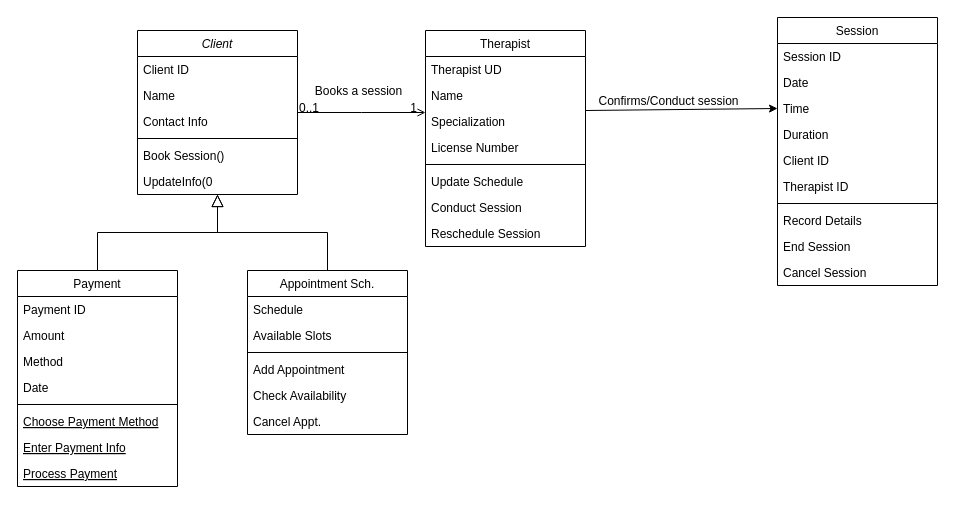
Earlier version of the draw.io diagram Untitled Diagram.drawio (PaulThomasCodes/CSC102--Introduction-to-Programming). Source tidied: cells renumbered, new cells numbered last; positions are measured from the earlier drawing's top-left corner, leaving out a move shared by most shapes. Both pictures are drawn from the tidied source at 100%, with x=0, y=0 at pixel (17, 17).
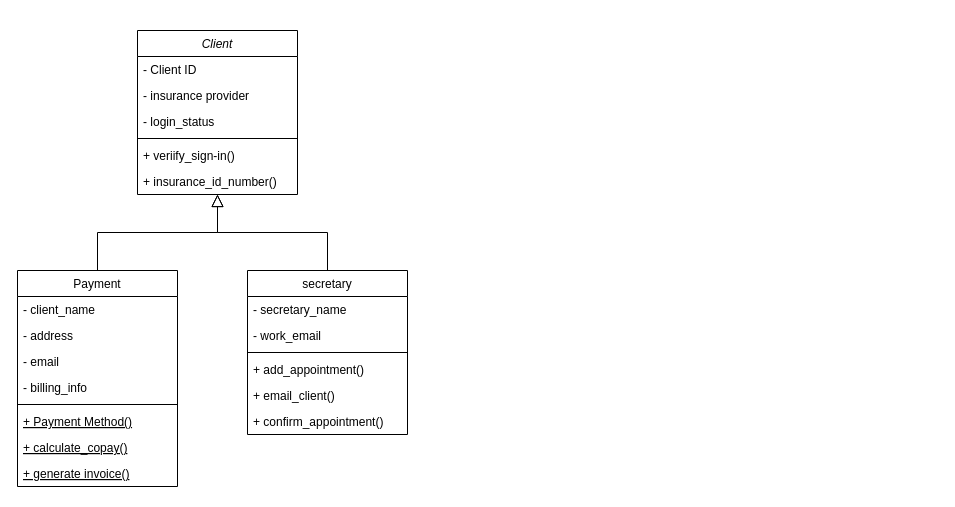
The same page after the edit.

The change refers to these unchanged cells:
```xml
<mxCell id="2" value="Client" style="swimlane;fontStyle=2;align=center;verticalAlign=top;horizontal=1;startSize=26;rounded=0;shadow=0;strokeWidth=1;" parent="1" vertex="1">
  <mxGeometry x="120" y="13" width="160" height="164" as="geometry" />
</mxCell>
<mxCell id="9" value="Payment" style="swimlane;fontStyle=0;align=center;verticalAlign=top;horizontal=1;startSize=26;rounded=0;shadow=0;strokeWidth=1;" parent="1" vertex="1">
  <mxGeometry y="253" width="160" height="216" as="geometry" />
</mxCell>
```

The edit, as a diff of the source:
```diff
@@
-    <mxCell id="3" value="Client ID" style="text;align=left;verticalAlign=top;spacingLeft=4;spacingRight=4;overflow=hidden;" parent="2" vertex="1">
+    <mxCell id="3" value="- Client ID" style="text;align=left;verticalAlign=top;spacingLeft=4;spacingRight=4;overflow=hidden;" parent="2" vertex="1">
       <mxGeometry y="26" width="160" height="26" as="geometry" />
     </mxCell>
-    <mxCell id="4" value="Name" style="text;align=left;verticalAlign=top;spacingLeft=4;spacingRight=4;overflow=hidden;rounded=0;shadow=0;html=0;" parent="2" vertex="1">
+    <mxCell id="4" value="- insurance provider" style="text;align=left;verticalAlign=top;spacingLeft=4;spacingRight=4;overflow=hidden;rounded=0;shadow=0;html=0;" parent="2" vertex="1">
       <mxGeometry y="52" width="160" height="26" as="geometry" />
     </mxCell>
-    <mxCell id="5" value="Contact Info" style="text;align=left;verticalAlign=top;spacingLeft=4;spacingRight=4;overflow=hidden;rounded=0;shadow=0;html=0;" parent="2" vertex="1">
+    <mxCell id="5" value="- login_status" style="text;align=left;verticalAlign=top;spacingLeft=4;spacingRight=4;overflow=hidden;rounded=0;shadow=0;html=0;" parent="2" vertex="1">
       <mxGeometry y="78" width="160" height="26" as="geometry" />
     </mxCell>
@@
-    <mxCell id="7" value="Book Session()" style="text;align=left;verticalAlign=top;spacingLeft=4;spacingRight=4;overflow=hidden;" parent="2" vertex="1">
+    <mxCell id="7" value="+ veriify_sign-in()" style="text;align=left;verticalAlign=top;spacingLeft=4;spacingRight=4;overflow=hidden;" parent="2" vertex="1">
       <mxGeometry y="112" width="160" height="26" as="geometry" />
     </mxCell>
-    <mxCell id="8" value="UpdateInfo(0" style="text;align=left;verticalAlign=top;spacingLeft=4;spacingRight=4;overflow=hidden;rounded=0;shadow=0;html=0;" parent="2" vertex="1">
+    <mxCell id="8" value="+ insurance_id_number()" style="text;align=left;verticalAlign=top;spacingLeft=4;spacingRight=4;overflow=hidden;rounded=0;shadow=0;html=0;" parent="2" vertex="1">
       <mxGeometry y="138" width="160" height="26" as="geometry" />
     </mxCell>
@@
-    <mxCell id="10" value="Payment ID" style="text;align=left;verticalAlign=top;spacingLeft=4;spacingRight=4;overflow=hidden;" parent="9" vertex="1">
+    <mxCell id="10" value="- client_name" style="text;align=left;verticalAlign=top;spacingLeft=4;spacingRight=4;overflow=hidden;" parent="9" vertex="1">
       <mxGeometry y="26" width="160" height="26" as="geometry" />
     </mxCell>
-    <mxCell id="11" value="Amount" style="text;align=left;verticalAlign=top;spacingLeft=4;spacingRight=4;overflow=hidden;rounded=0;shadow=0;html=0;" parent="9" vertex="1">
+    <mxCell id="11" value="- address" style="text;align=left;verticalAlign=top;spacingLeft=4;spacingRight=4;overflow=hidden;rounded=0;shadow=0;html=0;" parent="9" vertex="1">
       <mxGeometry y="52" width="160" height="26" as="geometry" />
     </mxCell>
-    <mxCell id="12" value="Method" style="text;align=left;verticalAlign=top;spacingLeft=4;spacingRight=4;overflow=hidden;rounded=0;shadow=0;html=0;" parent="9" vertex="1">
+    <mxCell id="12" value="- email&#10;" style="text;align=left;verticalAlign=top;spacingLeft=4;spacingRight=4;overflow=hidden;rounded=0;shadow=0;html=0;" parent="9" vertex="1">
       <mxGeometry y="78" width="160" height="26" as="geometry" />
     </mxCell>
-    <mxCell id="13" value="Date" style="text;align=left;verticalAlign=top;spacingLeft=4;spacingRight=4;overflow=hidden;rounded=0;shadow=0;html=0;" parent="9" vertex="1">
+    <mxCell id="13" value="- billing_info" style="text;align=left;verticalAlign=top;spacingLeft=4;spacingRight=4;overflow=hidden;rounded=0;shadow=0;html=0;" parent="9" vertex="1">
       <mxGeometry y="104" width="160" height="26" as="geometry" />
     </mxCell>
@@
-    <mxCell id="15" value="Choose Payment Method" style="text;align=left;verticalAlign=top;spacingLeft=4;spacingRight=4;overflow=hidden;fontStyle=4;" parent="9" vertex="1">
+    <mxCell id="15" value="+ Payment Method()" style="text;align=left;verticalAlign=top;spacingLeft=4;spacingRight=4;overflow=hidden;fontStyle=4;" parent="9" vertex="1">
       <mxGeometry y="138" width="160" height="26" as="geometry" />
     </mxCell>
-    <mxCell id="16" value="Enter Payment Info" style="text;align=left;verticalAlign=top;spacingLeft=4;spacingRight=4;overflow=hidden;fontStyle=4;" parent="9" vertex="1">
+    <mxCell id="16" value="+ calculate_copay()" style="text;align=left;verticalAlign=top;spacingLeft=4;spacingRight=4;overflow=hidden;fontStyle=4;" parent="9" vertex="1">
       <mxGeometry y="164" width="160" height="26" as="geometry" />
     </mxCell>
-    <mxCell id="17" value="Process Payment" style="text;align=left;verticalAlign=top;spacingLeft=4;spacingRight=4;overflow=hidden;fontStyle=4;" parent="9" vertex="1">
+    <mxCell id="17" value="+ generate invoice()" style="text;align=left;verticalAlign=top;spacingLeft=4;spacingRight=4;overflow=hidden;fontStyle=4;" parent="9" vertex="1">
       <mxGeometry y="190" width="160" height="26" as="geometry" />
     </mxCell>
@@
-    <mxCell id="19" value="Appointment Sch." style="swimlane;fontStyle=0;align=center;verticalAlign=top;horizontal=1;startSize=26;rounded=0;shadow=0;strokeWidth=1;" parent="1" vertex="1">
+    <mxCell id="19" value="secretary" style="swimlane;fontStyle=0;align=center;verticalAlign=top;horizontal=1;startSize=26;rounded=0;shadow=0;strokeWidth=1;" parent="1" vertex="1">
       <mxGeometry x="230" y="253" width="160" height="164" as="geometry" />
     </mxCell>
-    <mxCell id="20" value="Schedule" style="text;align=left;verticalAlign=top;spacingLeft=4;spacingRight=4;overflow=hidden;" parent="19" vertex="1">
+    <mxCell id="20" value="- secretary_name" style="text;align=left;verticalAlign=top;spacingLeft=4;spacingRight=4;overflow=hidden;" parent="19" vertex="1">
       <mxGeometry y="26" width="160" height="26" as="geometry" />
     </mxCell>
-    <mxCell id="21" value="Available Slots" style="text;align=left;verticalAlign=top;spacingLeft=4;spacingRight=4;overflow=hidden;" parent="19" vertex="1">
+    <mxCell id="21" value="- work_email" style="text;align=left;verticalAlign=top;spacingLeft=4;spacingRight=4;overflow=hidden;" parent="19" vertex="1">
       <mxGeometry y="52" width="160" height="26" as="geometry" />
     </mxCell>
@@
-    <mxCell id="23" value="Add Appointment" style="text;align=left;verticalAlign=top;spacingLeft=4;spacingRight=4;overflow=hidden;" parent="19" vertex="1">
+    <mxCell id="23" value="+ add_appointment()" style="text;align=left;verticalAlign=top;spacingLeft=4;spacingRight=4;overflow=hidden;" parent="19" vertex="1">
       <mxGeometry y="86" width="160" height="26" as="geometry" />
     </mxCell>
-    <mxCell id="24" value="Check Availability" style="text;align=left;verticalAlign=top;spacingLeft=4;spacingRight=4;overflow=hidden;" parent="19" vertex="1">
+    <mxCell id="24" value="+ email_client()" style="text;align=left;verticalAlign=top;spacingLeft=4;spacingRight=4;overflow=hidden;" parent="19" vertex="1">
       <mxGeometry y="112" width="160" height="26" as="geometry" />
     </mxCell>
-    <mxCell id="25" value="Cancel Appt." style="text;align=left;verticalAlign=top;spacingLeft=4;spacingRight=4;overflow=hidden;" parent="19" vertex="1">
+    <mxCell id="25" value="+ confirm_appointment()" style="text;align=left;verticalAlign=top;spacingLeft=4;spacingRight=4;overflow=hidden;" parent="19" vertex="1">
       <mxGeometry y="138" width="160" height="26" as="geometry" />
     </mxCell>
@@
-    <mxCell id="27" value="Therapist" style="swimlane;fontStyle=0;align=center;verticalAlign=top;horizontal=1;startSize=26;rounded=0;shadow=0;strokeWidth=1;" parent="1" vertex="1">
-      <mxGeometry x="408" y="13" width="160" height="216" as="geometry" />
-    </mxCell>
-    <mxCell id="28" value="Therapist UD" style="text;align=left;verticalAlign=top;spacingLeft=4;spacingRight=4;overflow=hidden;" parent="27" vertex="1">
-      <mxGeometry y="26" width="160" height="26" as="geometry" />
-    </mxCell>
-    <mxCell id="29" value="Name" style="text;align=left;verticalAlign=top;spacingLeft=4;spacingRight=4;overflow=hidden;rounded=0;shadow=0;html=0;" parent="27" vertex="1">
-      <mxGeometry y="52" width="160" height="26" as="geometry" />
-    </mxCell>
-    <mxCell id="30" value="Specialization" style="text;align=left;verticalAlign=top;spacingLeft=4;spacingRight=4;overflow=hidden;rounded=0;shadow=0;html=0;" parent="27" vertex="1">
-      <mxGeometry y="78" width="160" height="26" as="geometry" />
-    </mxCell>
-    <mxCell id="31" value="License Number" style="text;align=left;verticalAlign=top;spacingLeft=4;spacingRight=4;overflow=hidden;rounded=0;shadow=0;html=0;" parent="27" vertex="1">
-      <mxGeometry y="104" width="160" height="26" as="geometry" />
-    </mxCell>
-    <mxCell id="32" style="line;html=1;strokeWidth=1;align=left;verticalAlign=middle;spacingTop=-1;spacingLeft=3;spacingRight=3;labelPosition=right;" parent="27" vertex="1">
-      <mxGeometry y="130" width="160" height="8" as="geometry" />
-    </mxCell>
-    <mxCell id="33" value="Update Schedule" style="text;align=left;verticalAlign=top;spacingLeft=4;spacingRight=4;overflow=hidden;" parent="27" vertex="1">
-      <mxGeometry y="138" width="160" height="26" as="geometry" />
-    </mxCell>
-    <mxCell id="34" value="Conduct Session" style="text;align=left;verticalAlign=top;spacingLeft=4;spacingRight=4;overflow=hidden;" parent="27" vertex="1">
-      <mxGeometry y="164" width="160" height="26" as="geometry" />
-    </mxCell>
-    <mxCell id="35" value="Reschedule Session" style="text;align=left;verticalAlign=top;spacingLeft=4;spacingRight=4;overflow=hidden;" parent="27" vertex="1">
-      <mxGeometry y="190" width="160" height="26" as="geometry" />
-    </mxCell>
-    <mxCell id="36" style="endArrow=open;shadow=0;strokeWidth=1;rounded=0;curved=0;endFill=1;edgeStyle=elbowEdgeStyle;elbow=vertical;" parent="1" edge="1" source="2" target="27">
-      <mxGeometry x="0.5" y="41" relative="1" as="geometry">
-        <mxPoint x="-40" y="32" as="offset" />
-      </mxGeometry>
-    </mxCell>
-    <mxCell id="37" value="0..1" style="align=left;verticalAlign=bottom;labelBackgroundColor=none;fontSize=12;" parent="36" vertex="1">
-      <mxGeometry x="-1" relative="1" as="geometry">
-        <mxPoint y="4" as="offset" />
-      </mxGeometry>
-    </mxCell>
-    <mxCell id="38" value="1" style="align=right;verticalAlign=bottom;labelBackgroundColor=none;fontSize=12;" parent="36" vertex="1">
-      <mxGeometry x="1" relative="1" as="geometry">
-        <mxPoint x="-7" y="4" as="offset" />
-      </mxGeometry>
-    </mxCell>
-    <mxCell id="39" value="Books a session" style="text;html=1;align=center;verticalAlign=middle;labelBackgroundColor=none;rounded=0;shadow=0;strokeWidth=1;fontSize=12;" parent="36" vertex="1">
-      <mxGeometry x="0.5" y="49" relative="1" as="geometry">
-        <mxPoint x="-36" y="27" as="offset" />
-      </mxGeometry>
-    </mxCell>
-    <mxCell id="40" value="Confirms/Conduct session" style="text;html=1;align=center;verticalAlign=middle;labelBackgroundColor=none;rounded=0;shadow=0;strokeWidth=1;fontSize=12;" parent="36" vertex="1">
-      <mxGeometry x="0.5" y="49" relative="1" as="geometry">
-        <mxPoint x="274" y="37" as="offset" />
-      </mxGeometry>
-    </mxCell>
-    <mxCell id="41" value="Session" style="swimlane;fontStyle=0;align=center;verticalAlign=top;horizontal=1;startSize=26;rounded=0;shadow=0;strokeWidth=1;" parent="1" vertex="1">
-      <mxGeometry x="760" width="160" height="268" as="geometry" />
-    </mxCell>
-    <mxCell id="42" value="Session ID" style="text;align=left;verticalAlign=top;spacingLeft=4;spacingRight=4;overflow=hidden;" parent="41" vertex="1">
-      <mxGeometry y="26" width="160" height="26" as="geometry" />
-    </mxCell>
-    <mxCell id="43" value="Date" style="text;align=left;verticalAlign=top;spacingLeft=4;spacingRight=4;overflow=hidden;rounded=0;shadow=0;html=0;" parent="41" vertex="1">
-      <mxGeometry y="52" width="160" height="26" as="geometry" />
-    </mxCell>
-    <mxCell id="44" value="Time" style="text;align=left;verticalAlign=top;spacingLeft=4;spacingRight=4;overflow=hidden;points=[[0,0.5],[1,0.5]];portConstraint=eastwest;rounded=0;shadow=0;html=0;" parent="41" vertex="1">
-      <mxGeometry y="78" width="160" height="26" as="geometry" />
-    </mxCell>
-    <mxCell id="45" value="Duration" style="text;align=left;verticalAlign=top;spacingLeft=4;spacingRight=4;overflow=hidden;rounded=0;shadow=0;html=0;" parent="41" vertex="1">
-      <mxGeometry y="104" width="160" height="26" as="geometry" />
-    </mxCell>
-    <mxCell id="46" value="Client ID" style="text;align=left;verticalAlign=top;spacingLeft=4;spacingRight=4;overflow=hidden;rounded=0;shadow=0;html=0;" parent="41" vertex="1">
-      <mxGeometry y="130" width="160" height="26" as="geometry" />
-    </mxCell>
-    <mxCell id="47" value="Therapist ID" style="text;align=left;verticalAlign=top;spacingLeft=4;spacingRight=4;overflow=hidden;" parent="41" vertex="1">
-      <mxGeometry y="156" width="160" height="26" as="geometry" />
-    </mxCell>
-    <mxCell id="48" style="line;html=1;strokeWidth=1;align=left;verticalAlign=middle;spacingTop=-1;spacingLeft=3;spacingRight=3;labelPosition=right;" parent="41" vertex="1">
-      <mxGeometry y="182" width="160" height="8" as="geometry" />
-    </mxCell>
-    <mxCell id="49" value="Record Details" style="text;align=left;verticalAlign=top;spacingLeft=4;spacingRight=4;overflow=hidden;" parent="41" vertex="1">
-      <mxGeometry y="190" width="160" height="26" as="geometry" />
-    </mxCell>
-    <mxCell id="50" value="End Session" style="text;align=left;verticalAlign=top;spacingLeft=4;spacingRight=4;overflow=hidden;" parent="41" vertex="1">
-      <mxGeometry y="216" width="160" height="26" as="geometry" />
-    </mxCell>
-    <mxCell id="51" value="Cancel Session" style="text;align=left;verticalAlign=top;spacingLeft=4;spacingRight=4;overflow=hidden;" parent="41" vertex="1">
-      <mxGeometry y="242" width="160" height="26" as="geometry" />
-    </mxCell>
-    <mxCell id="52" style="endArrow=classic;html=1;rounded=0;entryX=0;entryY=0.5;entryDx=0;entryDy=0;" parent="1" edge="1" target="44">
-      <mxGeometry relative="1" as="geometry">
-        <mxPoint x="568" y="93" as="sourcePoint" />
-      </mxGeometry>
-    </mxCell>
```
